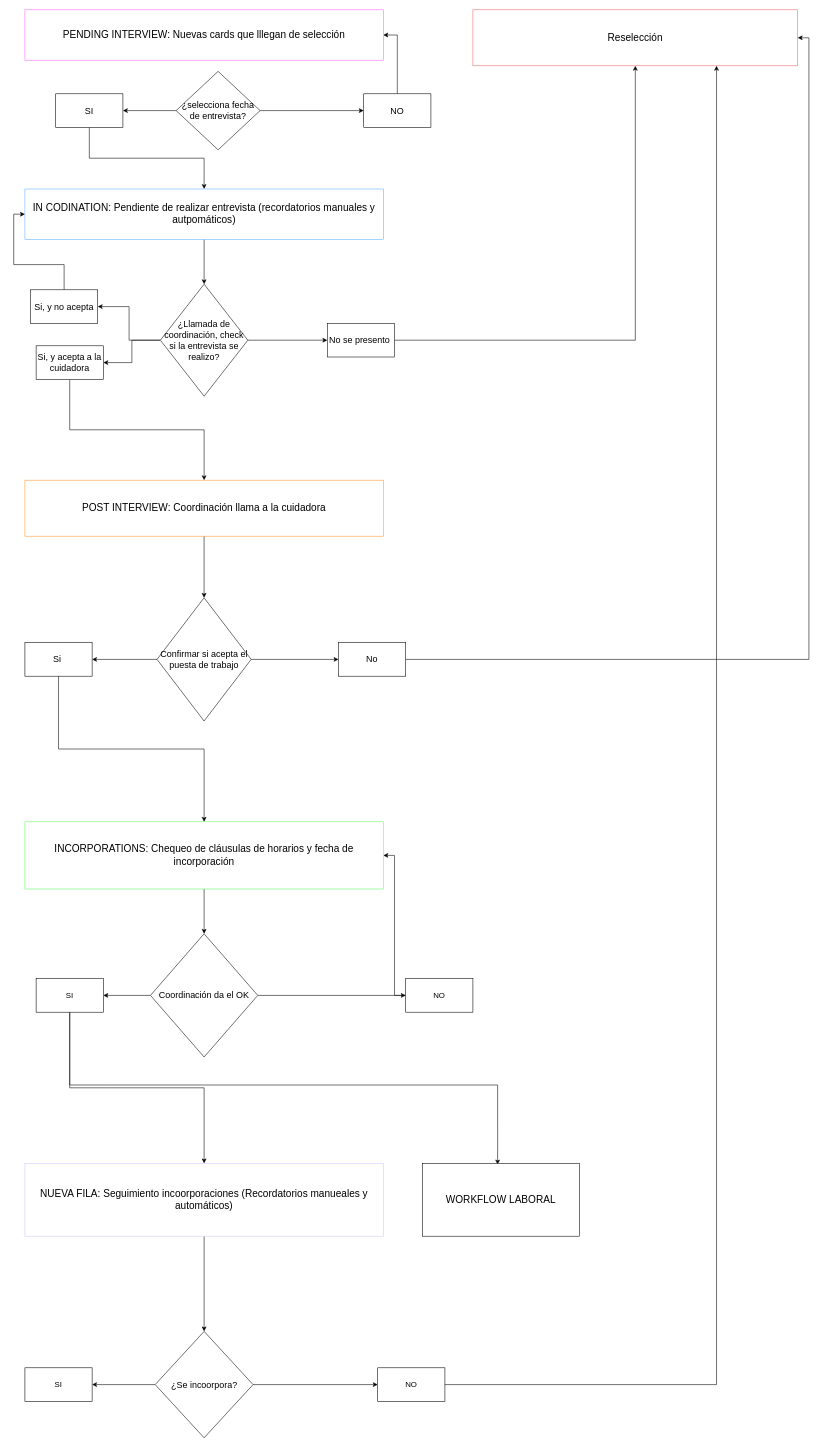
2020-JAUG/aiudo_api keeps this draw.io diagram as page "Page-3" (2 of 2) of Untitled Diagram.drawio. Above is the earlier version. Source tidied: cells renumbered, new cells numbered last; positions are measured from the earlier drawing's top-left corner, leaving out a move shared by most shapes. Both pictures are drawn from the tidied source at 56%, with x=0, y=0 at pixel (25, 10).
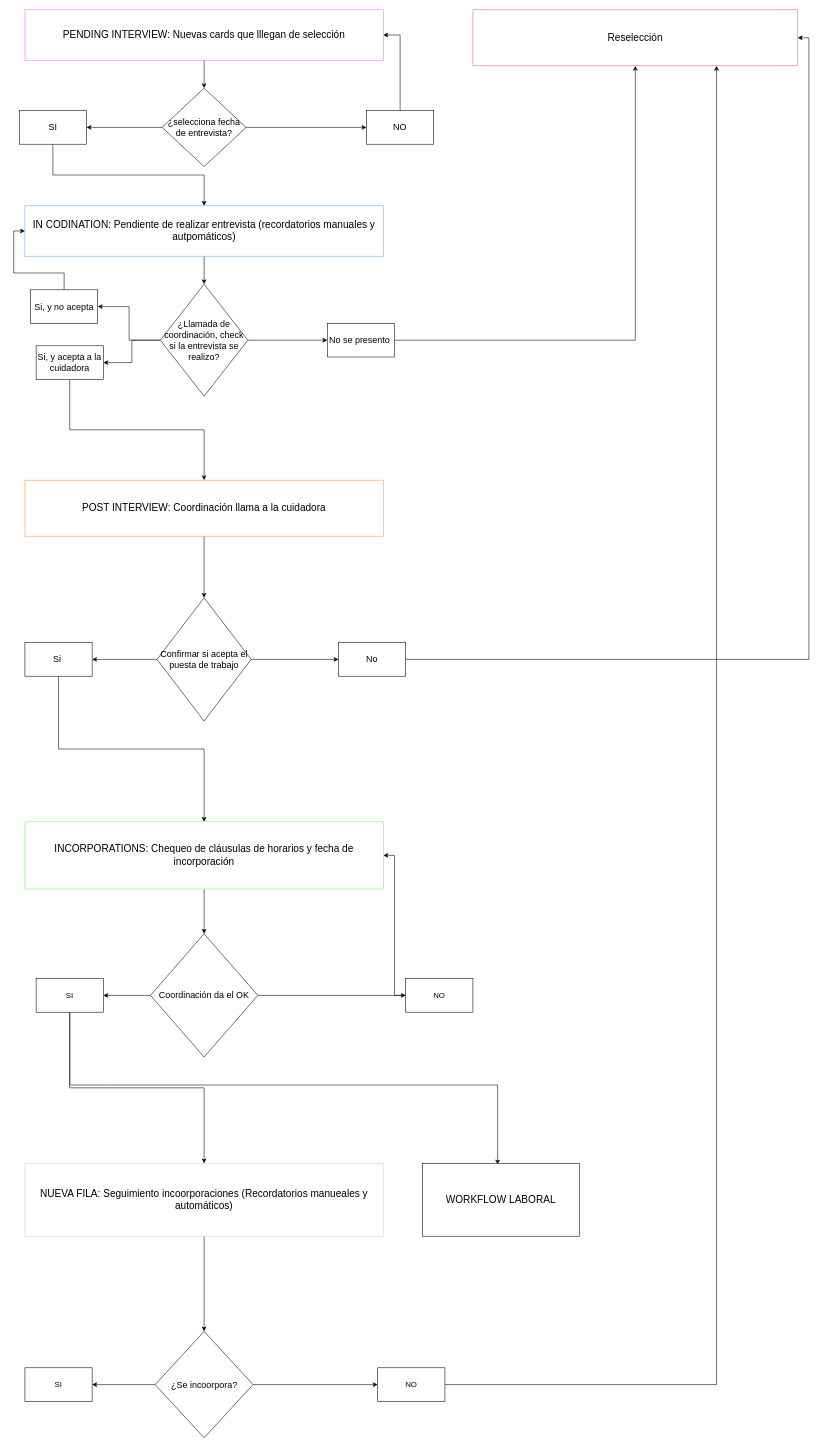
The same page after the edit.

Commit message:
flujo_coordinacion

Unchanged cells that the change refers to:
```xml
<mxCell id="2" value="&lt;font style=&quot;font-size: 18px;&quot;&gt;PENDING INTERVIEW: Nuevas cards que lllegan de selección&lt;/font&gt;" style="rounded=0;whiteSpace=wrap;html=1;strokeColor=#FF66FF;" parent="1" vertex="1">
  <mxGeometry width="640" height="90" as="geometry" />
</mxCell>
```

What changed in the source:
```diff
@@
+    <mxCell id="51" style="edgeStyle=orthogonalEdgeStyle;rounded=0;jettySize=auto;html=1;entryX=0.5;entryY=0;entryDx=0;entryDy=0;" parent="1" edge="1" source="2" target="13">
+      <mxGeometry relative="1" as="geometry" />
+    </mxCell>
@@
     <mxCell id="4" value="&lt;font style=&quot;font-size: 18px;&quot;&gt;IN CODINATION: Pendiente de realizar entrevista (recordatorios manuales y autpomáticos)&lt;/font&gt;" style="rounded=0;whiteSpace=wrap;html=1;strokeColor=#66B2FF;" parent="1" vertex="1">
-      <mxGeometry y="320" width="640" height="90" as="geometry" />
+      <mxGeometry y="350" width="640" height="90" as="geometry" />
     </mxCell>
@@
     <mxCell id="13" value="&lt;font size=&quot;3&quot;&gt;¿selecciona fecha de entrevista?&lt;/font&gt;" style="rhombus;whiteSpace=wrap;html=1;" parent="1" vertex="1">
-      <mxGeometry x="270" y="110" width="150" height="140" as="geometry" />
+      <mxGeometry x="245" y="140" width="150" height="140" as="geometry" />
     </mxCell>
@@
     <mxCell id="34" value="&lt;font size=&quot;3&quot;&gt;SI&lt;/font&gt;" style="whiteSpace=wrap;html=1;" parent="1" vertex="1">
-      <mxGeometry x="55" y="150" width="120" height="60" as="geometry" />
+      <mxGeometry x="-10" y="180" width="120" height="60" as="geometry" />
     </mxCell>
     <mxCell id="35" value="&lt;font size=&quot;3&quot;&gt;NO&lt;/font&gt;" style="whiteSpace=wrap;html=1;" parent="1" vertex="1">
-      <mxGeometry x="605" y="150" width="120" height="60" as="geometry" />
+      <mxGeometry x="610" y="180" width="120" height="60" as="geometry" />
     </mxCell>
```
